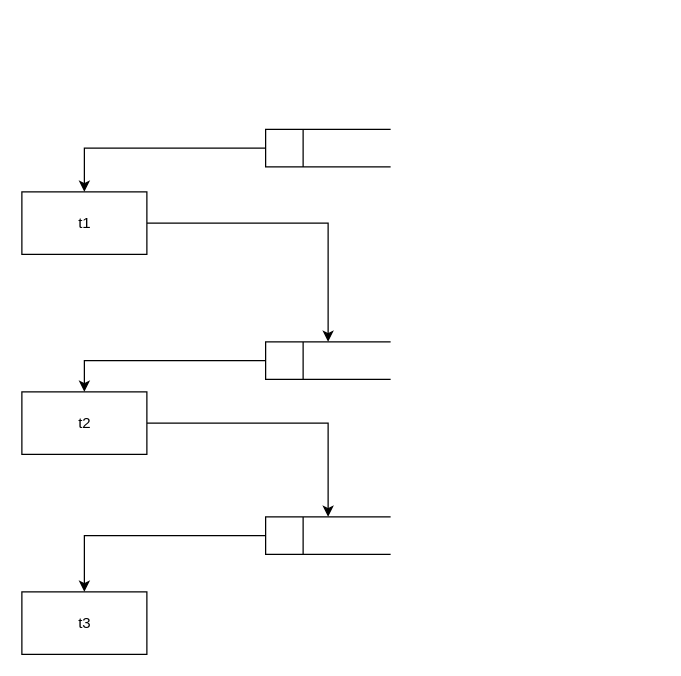
Earlier version of the draw.io diagram page "Page-3" (3 of 4) of mindmap.dio (ITerm0rex/Cryhastra). Source tidied: cells renumbered, new cells numbered last; positions are measured from the earlier drawing's top-left corner, leaving out a move shared by most shapes. Both pictures are drawn from the tidied source at 125%, with x=0, y=0 at pixel (21, 129).
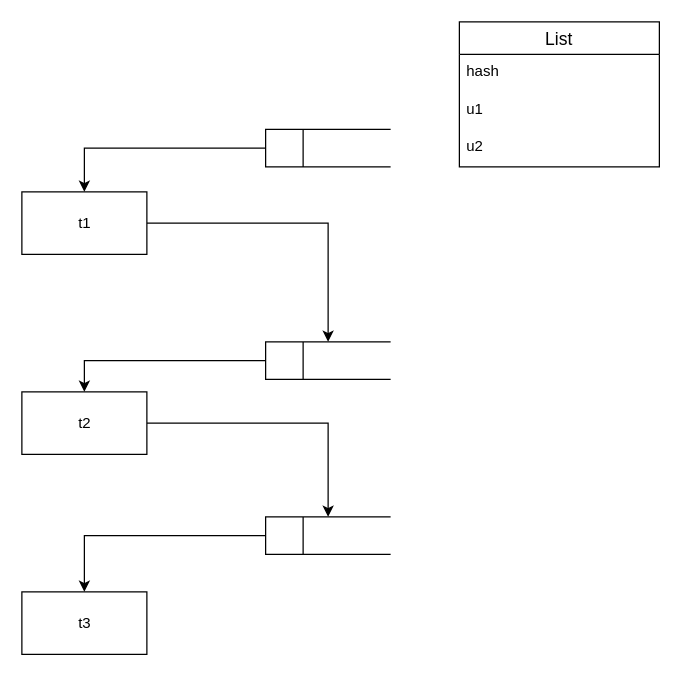
The same diagram, later.

The edit, as a diff of the source:
```diff
@@
 <mxGraphModel>
   <root>
     <mxCell id="0" />
     <mxCell id="1" parent="0" />
     <mxCell id="2" style="edgeStyle=orthogonalEdgeStyle;rounded=0;jettySize=auto;html=1;entryX=0.5;entryY=0;entryDx=0;entryDy=0;" parent="1" edge="1" source="3" target="10">
       <mxGeometry relative="1" as="geometry" />
     </mxCell>
     <mxCell id="3" value="t1" style="html=1;dashed=0;whitespace=wrap;" parent="1" vertex="1">
       <mxGeometry y="50" width="100" height="50" as="geometry" />
     </mxCell>
     <mxCell id="4" style="edgeStyle=orthogonalEdgeStyle;rounded=0;jettySize=auto;html=1;entryX=0.5;entryY=0;entryDx=0;entryDy=0;" parent="1" edge="1" source="5" target="12">
       <mxGeometry relative="1" as="geometry" />
     </mxCell>
     <mxCell id="5" value="t2" style="html=1;dashed=0;whitespace=wrap;" parent="1" vertex="1">
       <mxGeometry y="210" width="100" height="50" as="geometry" />
     </mxCell>
     <mxCell id="6" value="t3" style="html=1;dashed=0;whitespace=wrap;" parent="1" vertex="1">
       <mxGeometry y="370" width="100" height="50" as="geometry" />
     </mxCell>
     <mxCell id="7" style="edgeStyle=orthogonalEdgeStyle;rounded=0;jettySize=auto;html=1;" parent="1" edge="1" source="8" target="3">
       <mxGeometry relative="1" as="geometry" />
     </mxCell>
     <mxCell id="8" style="html=1;dashed=0;whitespace=wrap;shape=mxgraph.dfd.dataStoreID;align=left;spacingLeft=3;points=[[0,0],[0.5,0],[1,0],[0,0.5],[1,0.5],[0,1],[0.5,1],[1,1]];" parent="1" vertex="1">
       <mxGeometry x="195" width="100" height="30" as="geometry" />
     </mxCell>
     <mxCell id="9" style="edgeStyle=orthogonalEdgeStyle;rounded=0;jettySize=auto;html=1;" parent="1" edge="1" source="10" target="5">
       <mxGeometry relative="1" as="geometry" />
     </mxCell>
     <mxCell id="10" style="html=1;dashed=0;whitespace=wrap;shape=mxgraph.dfd.dataStoreID;align=left;spacingLeft=3;points=[[0,0],[0.5,0],[1,0],[0,0.5],[1,0.5],[0,1],[0.5,1],[1,1]];" parent="1" vertex="1">
       <mxGeometry x="195" y="170" width="100" height="30" as="geometry" />
     </mxCell>
     <mxCell id="11" style="edgeStyle=orthogonalEdgeStyle;rounded=0;jettySize=auto;html=1;entryX=0.5;entryY=0;entryDx=0;entryDy=0;" parent="1" edge="1" source="12" target="6">
       <mxGeometry relative="1" as="geometry" />
     </mxCell>
     <mxCell id="12" style="html=1;dashed=0;whitespace=wrap;shape=mxgraph.dfd.dataStoreID;align=left;spacingLeft=3;points=[[0,0],[0.5,0],[1,0],[0,0.5],[1,0.5],[0,1],[0.5,1],[1,1]];" parent="1" vertex="1">
       <mxGeometry x="195" y="310" width="100" height="30" as="geometry" />
     </mxCell>
+    <mxCell id="13" value="List" style="swimlane;fontStyle=0;horizontal=1;startSize=26;align=center;fontSize=14;" parent="1" vertex="1">
+      <mxGeometry x="350" y="-86" width="160" height="116" as="geometry" />
+    </mxCell>
+    <mxCell id="14" value="hash" style="text;strokeColor=none;fillColor=none;spacingLeft=4;spacingRight=4;overflow=hidden;fontSize=12;" parent="13" vertex="1">
+      <mxGeometry y="26" width="160" height="30" as="geometry" />
+    </mxCell>
+    <mxCell id="15" value="u1" style="text;strokeColor=none;fillColor=none;spacingLeft=4;spacingRight=4;overflow=hidden;fontSize=12;" parent="13" vertex="1">
+      <mxGeometry y="56" width="160" height="30" as="geometry" />
+    </mxCell>
+    <mxCell id="16" value="u2" style="text;strokeColor=none;fillColor=none;spacingLeft=4;spacingRight=4;overflow=hidden;fontSize=12;" parent="13" vertex="1">
+      <mxGeometry y="86" width="160" height="30" as="geometry" />
+    </mxCell>
   </root>
 </mxGraphModel>
```
